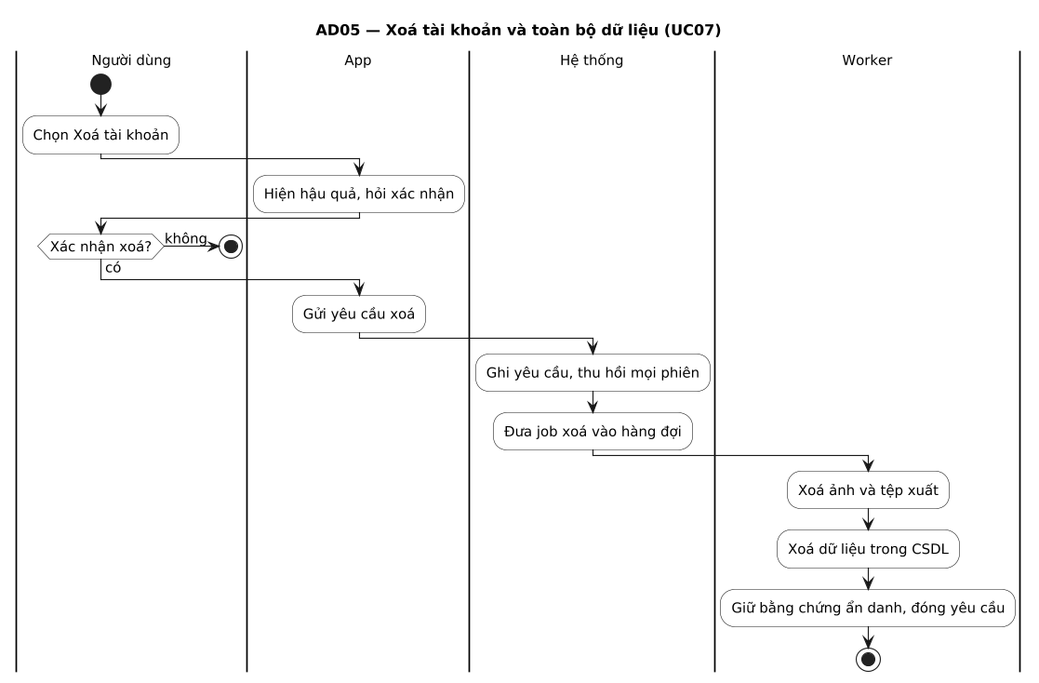
This is docs/uml/out/activity/AD05-xoa-tai-khoan.png from NamBuw/Tastoria, a PlantUML export, as it was before one commit.
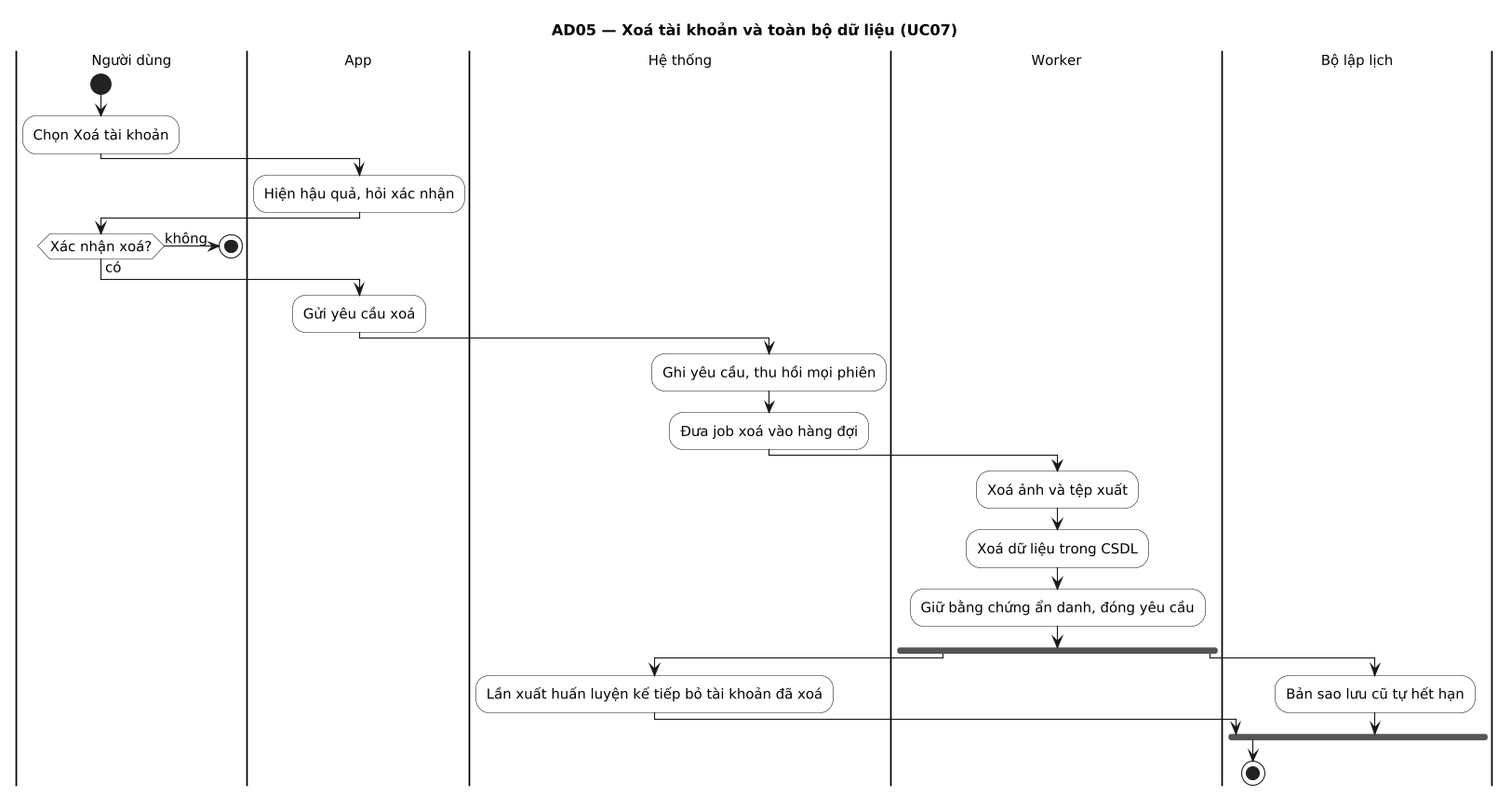
After the change.

The edit, as a diff of the source:
```diff
@@ -11,6 +11,7 @@
 |App|
 |Hệ thống|
 |Worker|
+|Bộ lập lịch|
 |Người dùng|
 start
 :Chọn Xoá tài khoản;
@@ -30,5 +31,12 @@
 :Xoá ảnh và tệp xuất;
 :Xoá dữ liệu trong CSDL;
 :Giữ bằng chứng ẩn danh, đóng yêu cầu;
+fork
+  |Hệ thống|
+  :Lần xuất huấn luyện kế tiếp bỏ tài khoản đã xoá;
+fork again
+  |Bộ lập lịch|
+  :Bản sao lưu cũ tự hết hạn;
+end fork
 stop
 @enduml
```
